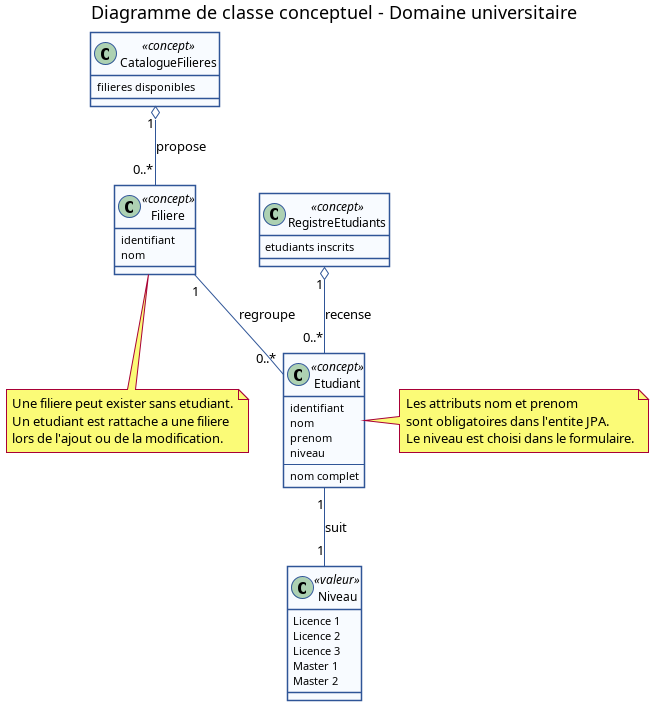
Earlier version of the PlantUML export docs/uml/images/classe-conceptuel.png (mehdidabaj/app-etudiant). Its source is kept beside it as docs/uml/classe-conceptuel.puml.
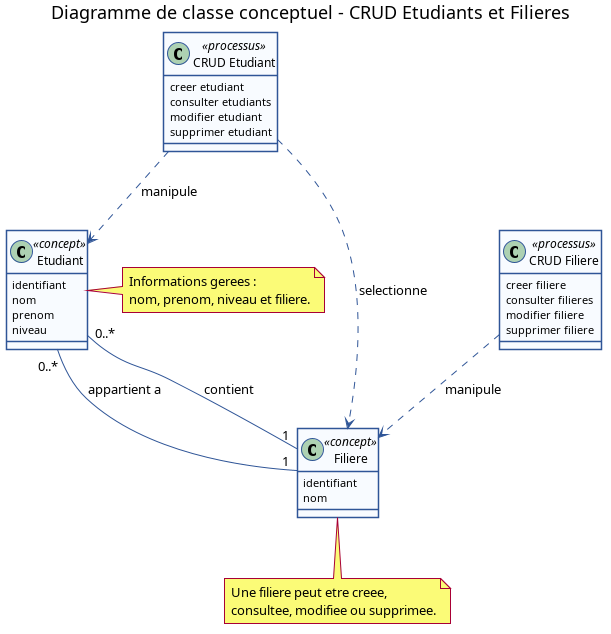
Above is the later version.

Commit message:
Focus UML diagrams on student and filiere CRUD

The edit, as a diff of the source:
```diff
@@ -1,5 +1,5 @@
 @startuml
-title Diagramme de classe conceptuel - Domaine universitaire
+title Diagramme de classe conceptuel - CRUD Etudiants et Filieres
 
 skinparam classAttributeIconSize 0
 skinparam shadowing false
@@ -14,8 +14,6 @@
   nom
   prenom
   niveau
-  --
-  nom complet
 }
 
 class Filiere <<concept>> {
@@ -23,37 +21,35 @@
   nom
 }
 
-class Niveau <<valeur>> {
-  Licence 1
-  Licence 2
-  Licence 3
-  Master 1
-  Master 2
+class "CRUD Etudiant" as CrudEtudiant <<processus>> {
+  creer etudiant
+  consulter etudiants
+  modifier etudiant
+  supprimer etudiant
 }
 
-class CatalogueFilieres <<concept>> {
-  filieres disponibles
+class "CRUD Filiere" as CrudFiliere <<processus>> {
+  creer filiere
+  consulter filieres
+  modifier filiere
+  supprimer filiere
 }
 
-class RegistreEtudiants <<concept>> {
-  etudiants inscrits
-}
+Filiere "1" -- "0..*" Etudiant : contient
+Etudiant "0..*" -- "1" Filiere : appartient a
 
-RegistreEtudiants "1" o-- "0..*" Etudiant : recense
-CatalogueFilieres "1" o-- "0..*" Filiere : propose
-Filiere "1" -- "0..*" Etudiant : regroupe
-Etudiant "1" -- "1" Niveau : suit
+CrudEtudiant ..> Etudiant : manipule
+CrudEtudiant ..> Filiere : selectionne
+CrudFiliere ..> Filiere : manipule
 
 note right of Etudiant
-  Les attributs nom et prenom
-  sont obligatoires dans l'entite JPA.
-  Le niveau est choisi dans le formulaire.
+  Informations gerees :
+  nom, prenom, niveau et filiere.
 end note
 
 note bottom of Filiere
-  Une filiere peut exister sans etudiant.
-  Un etudiant est rattache a une filiere
-  lors de l'ajout ou de la modification.
+  Une filiere peut etre creee,
+  consultee, modifiee ou supprimee.
 end note
 
 @enduml
```
